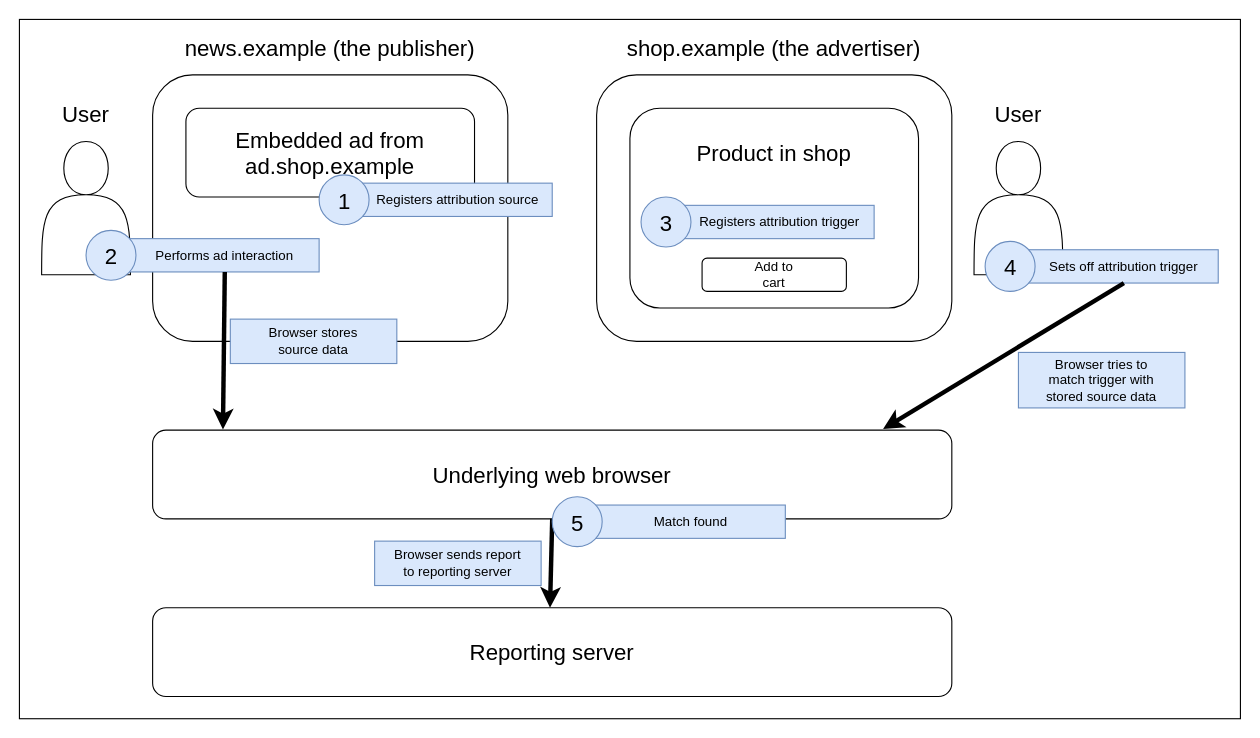
Before: files/en-us/web/api/attribution_reporting_api/ara-flow.drawio in mdn/content, a draw.io diagram. Source tidied: cells renumbered, new cells numbered last; positions are measured from the earlier drawing's top-left corner, leaving out a move shared by most shapes. Both pictures are drawn from the tidied source at 111%, with x=0, y=0 at pixel (19, 19).
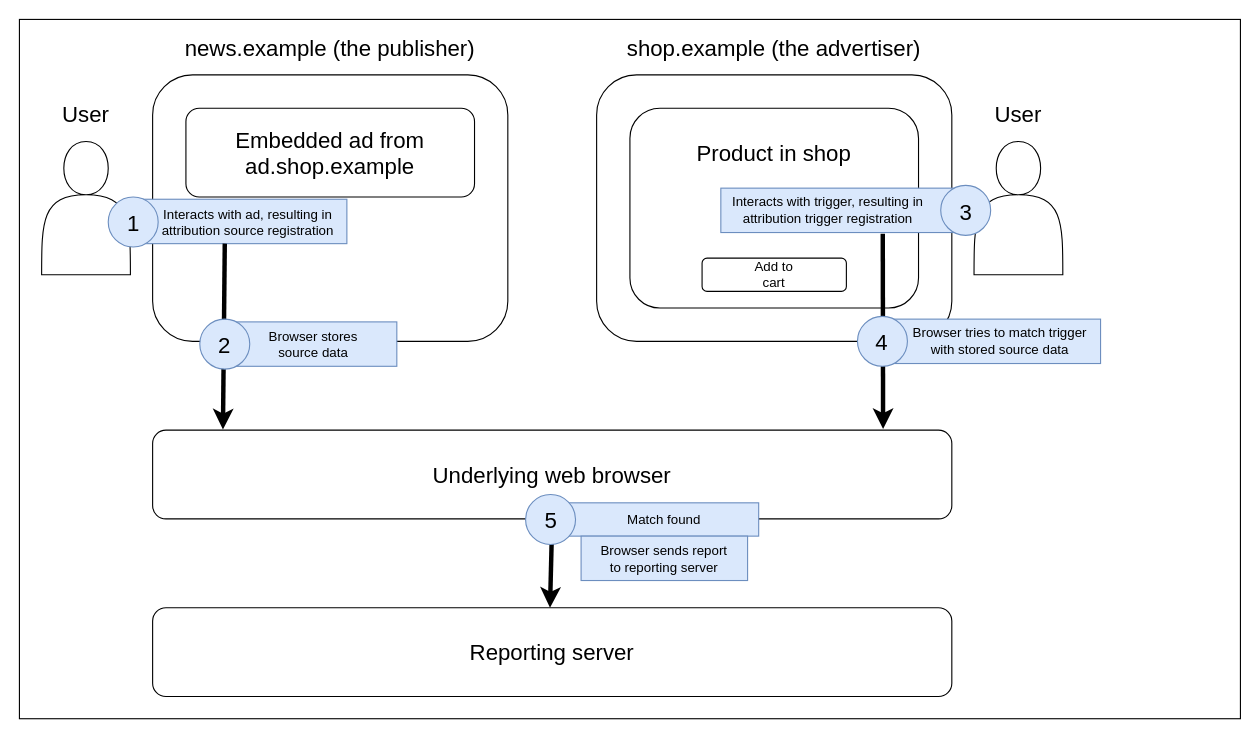
Above is the later version.

Unchanged cells that the change refers to:
```xml
<mxCell id="14" style="rounded=1;whiteSpace=wrap;html=1;" parent="1" vertex="1">
  <mxGeometry x="120" y="370" width="720" height="80" as="geometry" />
</mxCell>
```

Diff of the diagram source:
```diff
@@
     <mxCell id="17" style="group;" parent="1" vertex="1">
-      <mxGeometry x="270" y="140" width="210" height="45" as="geometry" />
+      <mxGeometry x="80" y="160" width="210" height="45" as="geometry" />
     </mxCell>
     <mxCell id="18" style="rounded=0;whiteSpace=wrap;html=1;fillColor=#dae8fc;strokeColor=#6c8ebf;" parent="17" vertex="1">
-      <mxGeometry x="20" y="7.5" width="190" height="30" as="geometry" />
+      <mxGeometry x="20" y="2" width="195" height="40" as="geometry" />
     </mxCell>
@@
-    <mxCell id="21" value="Registers attribution source" style="text;html=1;strokeColor=none;fillColor=none;align=center;verticalAlign=middle;whiteSpace=wrap;rounded=0;" parent="17" vertex="1">
-      <mxGeometry x="50" y="7.5" width="150" height="30" as="geometry" />
+    <mxCell id="21" value="&lt;div&gt;Interacts with ad, resulting in attribution source registration&lt;br&gt;&lt;/div&gt;" style="text;html=1;strokeColor=none;fillColor=none;align=center;verticalAlign=middle;whiteSpace=wrap;rounded=0;" parent="17" vertex="1">
+      <mxGeometry x="45" y="7.5" width="162" height="30" as="geometry" />
     </mxCell>
@@
-    <mxCell id="24" style="group;" parent="1" vertex="1">
-      <mxGeometry x="60" y="190" width="210" height="45" as="geometry" />
-    </mxCell>
-    <mxCell id="25" style="rounded=0;whiteSpace=wrap;html=1;fillColor=#dae8fc;strokeColor=#6c8ebf;" parent="24" vertex="1">
-      <mxGeometry x="20" y="7.5" width="190" height="30" as="geometry" />
-    </mxCell>
-    <mxCell id="26" style="ellipse;whiteSpace=wrap;html=1;fillColor=#dae8fc;strokeColor=#6c8ebf;" parent="24" vertex="1">
-      <mxGeometry width="45" height="45" as="geometry" />
-    </mxCell>
-    <mxCell id="27" value="&lt;font style=&quot;font-size: 20px;&quot;&gt;2&lt;/font&gt;" style="text;html=1;strokeColor=none;fillColor=none;align=center;verticalAlign=middle;whiteSpace=wrap;rounded=0;" parent="24" vertex="1">
-      <mxGeometry x="12.5" y="7.5" width="20" height="30" as="geometry" />
-    </mxCell>
-    <mxCell id="28" value="Performs ad interaction" style="text;html=1;strokeColor=none;fillColor=none;align=center;verticalAlign=middle;whiteSpace=wrap;rounded=0;" parent="24" vertex="1">
-      <mxGeometry x="50" y="7.5" width="150" height="30" as="geometry" />
-    </mxCell>
-    <mxCell id="29" style="endArrow=classic;html=1;rounded=0;exitX=0.5;exitY=1;exitDx=0;exitDy=0;entryX=0.088;entryY=-0.008;entryDx=0;entryDy=0;entryPerimeter=0;strokeWidth=4;" parent="1" edge="1" source="28" target="14">
-      <mxGeometry relative="1" as="geometry" />
+    <mxCell id="29" style="endArrow=classic;html=1;rounded=0;exitX=0.5;exitY=1;exitDx=0;exitDy=0;entryX=0.088;entryY=-0.008;entryDx=0;entryDy=0;entryPerimeter=0;strokeWidth=4;" parent="1" edge="1" target="14">
+      <mxGeometry relative="1" as="geometry">
+        <mxPoint x="185" y="202" as="sourcePoint" />
+      </mxGeometry>
     </mxCell>
     <mxCell id="30" style="rounded=0;whiteSpace=wrap;html=1;fillColor=#dae8fc;strokeColor=#6c8ebf;" parent="1" vertex="1">
-      <mxGeometry x="190" y="270" width="150" height="40" as="geometry" />
+      <mxGeometry x="190" y="272.5" width="150" height="40" as="geometry" />
     </mxCell>
     <mxCell id="31" value="Browser stores source data" style="text;html=1;strokeColor=none;fillColor=none;align=center;verticalAlign=middle;whiteSpace=wrap;rounded=0;" parent="1" vertex="1">
-      <mxGeometry x="205" y="275" width="120" height="30" as="geometry" />
+      <mxGeometry x="205" y="277.5" width="120" height="30" as="geometry" />
     </mxCell>
-    <mxCell id="32" style="group;" parent="1" vertex="1">
-      <mxGeometry x="560" y="160" width="210" height="45" as="geometry" />
-    </mxCell>
-    <mxCell id="33" style="rounded=0;whiteSpace=wrap;html=1;fillColor=#dae8fc;strokeColor=#6c8ebf;" parent="32" vertex="1">
-      <mxGeometry x="20" y="7.5" width="190" height="30" as="geometry" />
-    </mxCell>
-    <mxCell id="34" style="ellipse;whiteSpace=wrap;html=1;fillColor=#dae8fc;strokeColor=#6c8ebf;" parent="32" vertex="1">
-      <mxGeometry width="45" height="45" as="geometry" />
-    </mxCell>
-    <mxCell id="35" value="&lt;font style=&quot;font-size: 20px;&quot;&gt;3&lt;/font&gt;" style="text;html=1;strokeColor=none;fillColor=none;align=center;verticalAlign=middle;whiteSpace=wrap;rounded=0;" parent="32" vertex="1">
-      <mxGeometry x="12.5" y="7.5" width="20" height="30" as="geometry" />
-    </mxCell>
-    <mxCell id="36" value="Registers attribution trigger" style="text;html=1;strokeColor=none;fillColor=none;align=center;verticalAlign=middle;whiteSpace=wrap;rounded=0;" parent="32" vertex="1">
-      <mxGeometry x="50" y="7.5" width="150" height="30" as="geometry" />
-    </mxCell>
-    <mxCell id="37" style="group;" parent="1" vertex="1">
-      <mxGeometry x="870" y="200" width="210" height="45" as="geometry" />
-    </mxCell>
-    <mxCell id="38" style="rounded=0;whiteSpace=wrap;html=1;fillColor=#dae8fc;strokeColor=#6c8ebf;" parent="37" vertex="1">
-      <mxGeometry x="20" y="7.5" width="190" height="30" as="geometry" />
-    </mxCell>
-    <mxCell id="39" style="ellipse;whiteSpace=wrap;html=1;fillColor=#dae8fc;strokeColor=#6c8ebf;" parent="37" vertex="1">
-      <mxGeometry width="45" height="45" as="geometry" />
-    </mxCell>
-    <mxCell id="40" value="&lt;font style=&quot;font-size: 20px;&quot;&gt;4&lt;/font&gt;" style="text;html=1;strokeColor=none;fillColor=none;align=center;verticalAlign=middle;whiteSpace=wrap;rounded=0;" parent="37" vertex="1">
-      <mxGeometry x="12.5" y="7.5" width="20" height="30" as="geometry" />
-    </mxCell>
-    <mxCell id="41" value="Sets off attribution trigger" style="text;html=1;strokeColor=none;fillColor=none;align=center;verticalAlign=middle;whiteSpace=wrap;rounded=0;" parent="37" vertex="1">
-      <mxGeometry x="50" y="7.5" width="150" height="30" as="geometry" />
-    </mxCell>
-    <mxCell id="42" style="endArrow=classic;html=1;rounded=0;exitX=0.5;exitY=1;exitDx=0;exitDy=0;entryX=0.914;entryY=-0.012;entryDx=0;entryDy=0;entryPerimeter=0;strokeWidth=4;" parent="1" edge="1" source="41" target="14">
+    <mxCell id="42" style="endArrow=classic;html=1;rounded=0;exitX=0.683;exitY=1.027;exitDx=0;exitDy=0;entryX=0.914;entryY=-0.012;entryDx=0;entryDy=0;entryPerimeter=0;strokeWidth=4;exitPerimeter=0;" parent="1" edge="1" source="56" target="14">
       <mxGeometry relative="1" as="geometry" />
     </mxCell>
     <mxCell id="43" style="rounded=0;whiteSpace=wrap;html=1;fillColor=#dae8fc;strokeColor=#6c8ebf;" parent="1" vertex="1">
-      <mxGeometry x="900" y="300" width="150" height="50" as="geometry" />
+      <mxGeometry x="784" y="270" width="190" height="40" as="geometry" />
     </mxCell>
     <mxCell id="44" value="Browser tries to match trigger with stored source data" style="text;html=1;strokeColor=none;fillColor=none;align=center;verticalAlign=middle;whiteSpace=wrap;rounded=0;" parent="1" vertex="1">
-      <mxGeometry x="915" y="307.5" width="120" height="35" as="geometry" />
+      <mxGeometry x="801" y="272.5" width="165" height="35" as="geometry" />
     </mxCell>
@@
     <mxCell id="48" style="group;" parent="1" vertex="1">
-      <mxGeometry x="480" y="430" width="210" height="45" as="geometry" />
+      <mxGeometry x="456" y="428" width="210" height="77.5" as="geometry" />
     </mxCell>
@@
-    <mxCell id="53" style="rounded=0;whiteSpace=wrap;html=1;fillColor=#dae8fc;strokeColor=#6c8ebf;" parent="1" vertex="1">
-      <mxGeometry x="320" y="470" width="150" height="40" as="geometry" />
+    <mxCell id="53" style="rounded=0;whiteSpace=wrap;html=1;fillColor=#dae8fc;strokeColor=#6c8ebf;" parent="48" vertex="1">
+      <mxGeometry x="50" y="37.5" width="150" height="40" as="geometry" />
     </mxCell>
-    <mxCell id="54" value="Browser sends report to reporting server" style="text;html=1;strokeColor=none;fillColor=none;align=center;verticalAlign=middle;whiteSpace=wrap;rounded=0;" parent="1" vertex="1">
-      <mxGeometry x="335" y="472.5" width="120" height="35" as="geometry" />
+    <mxCell id="54" value="Browser sends report to reporting server" style="text;html=1;strokeColor=none;fillColor=none;align=center;verticalAlign=middle;whiteSpace=wrap;rounded=0;" parent="48" vertex="1">
+      <mxGeometry x="65" y="40" width="120" height="35" as="geometry" />
     </mxCell>
+    <mxCell id="26" style="ellipse;whiteSpace=wrap;html=1;fillColor=#dae8fc;strokeColor=#6c8ebf;" parent="1" vertex="1">
+      <mxGeometry x="162.5" y="270" width="45" height="45" as="geometry" />
+    </mxCell>
+    <mxCell id="27" value="&lt;font style=&quot;font-size: 20px;&quot;&gt;2&lt;/font&gt;" style="text;html=1;strokeColor=none;fillColor=none;align=center;verticalAlign=middle;whiteSpace=wrap;rounded=0;" parent="1" vertex="1">
+      <mxGeometry x="175" y="277.5" width="20" height="30" as="geometry" />
+    </mxCell>
+    <mxCell id="39" style="ellipse;whiteSpace=wrap;html=1;fillColor=#dae8fc;strokeColor=#6c8ebf;" parent="1" vertex="1">
+      <mxGeometry x="755" y="267.5" width="45" height="45" as="geometry" />
+    </mxCell>
+    <mxCell id="40" value="&lt;font style=&quot;font-size: 20px;&quot;&gt;4&lt;/font&gt;" style="text;html=1;strokeColor=none;fillColor=none;align=center;verticalAlign=middle;whiteSpace=wrap;rounded=0;" parent="1" vertex="1">
+      <mxGeometry x="767" y="275" width="20" height="30" as="geometry" />
+    </mxCell>
+    <mxCell id="55" style="group;" parent="1" vertex="1">
+      <mxGeometry x="610" y="150" width="253.5" height="45" as="geometry" />
+    </mxCell>
+    <mxCell id="56" style="rounded=0;whiteSpace=wrap;html=1;fillColor=#dae8fc;strokeColor=#6c8ebf;" parent="55" vertex="1">
+      <mxGeometry x="21.9" y="2" width="213.6" height="40" as="geometry" />
+    </mxCell>
+    <mxCell id="57" style="ellipse;whiteSpace=wrap;html=1;fillColor=#dae8fc;strokeColor=#6c8ebf;" parent="55" vertex="1">
+      <mxGeometry x="220" y="-0.5" width="45" height="45" as="geometry" />
+    </mxCell>
+    <mxCell id="58" value="&lt;div&gt;Interacts with trigger, resulting in attribution trigger registration&lt;br&gt;&lt;/div&gt;" style="text;html=1;strokeColor=none;fillColor=none;align=center;verticalAlign=middle;whiteSpace=wrap;rounded=0;" parent="55" vertex="1">
+      <mxGeometry x="30" y="7" width="177.4" height="30" as="geometry" />
+    </mxCell>
+    <mxCell id="35" value="3" style="text;html=1;strokeColor=none;fillColor=none;align=center;verticalAlign=middle;whiteSpace=wrap;rounded=0;fontSize=20;" parent="55" vertex="1">
+      <mxGeometry x="231.6" y="7.5" width="21.9" height="30" as="geometry" />
+    </mxCell>
```
